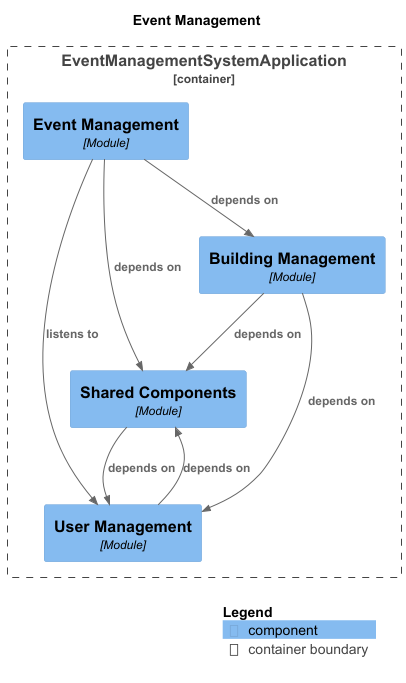
This is docs/module-event-Event_Management.png from ruben4ick/microservices-event-management, a PlantUML export, as it was before one commit.
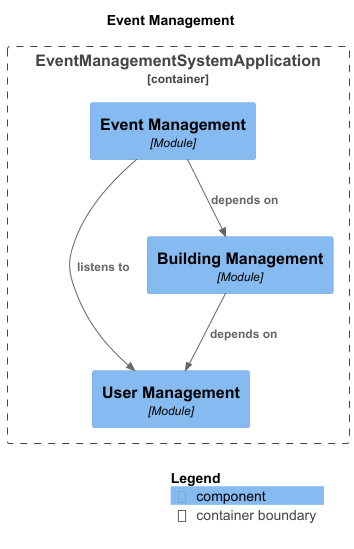
After the commit.

Change to the diagram source:
```diff
@@ -9,19 +9,14 @@
 !include <C4/C4_Component>
 
 Container_Boundary("EventManagementSystemApplication.EventManagementSystemApplication_boundary", "EventManagementSystemApplication", $tags="") {
-  Component(EventManagementSystemApplication.EventManagementSystemApplication.SharedComponents, "Shared Components", $techn="Module", $descr="", $tags="", $link="")
   Component(EventManagementSystemApplication.EventManagementSystemApplication.EventManagement, "Event Management", $techn="Module", $descr="", $tags="", $link="")
   Component(EventManagementSystemApplication.EventManagementSystemApplication.UserManagement, "User Management", $techn="Module", $descr="", $tags="", $link="")
   Component(EventManagementSystemApplication.EventManagementSystemApplication.BuildingManagement, "Building Management", $techn="Module", $descr="", $tags="", $link="")
 }
 
-Rel(EventManagementSystemApplication.EventManagementSystemApplication.SharedComponents, EventManagementSystemApplication.EventManagementSystemApplication.UserManagement, "depends on", $techn="", $tags="", $link="")
+Rel(EventManagementSystemApplication.EventManagementSystemApplication.EventManagement, EventManagementSystemApplication.EventManagementSystemApplication.BuildingManagement, "depends on", $techn="", $tags="", $link="")
+Rel(EventManagementSystemApplication.EventManagementSystemApplication.BuildingManagement, EventManagementSystemApplication.EventManagementSystemApplication.UserManagement, "depends on", $techn="", $tags="", $link="")
 Rel(EventManagementSystemApplication.EventManagementSystemApplication.EventManagement, EventManagementSystemApplication.EventManagementSystemApplication.UserManagement, "listens to", $techn="", $tags="", $link="")
-Rel(EventManagementSystemApplication.EventManagementSystemApplication.EventManagement, EventManagementSystemApplication.EventManagementSystemApplication.SharedComponents, "depends on", $techn="", $tags="", $link="")
-Rel(EventManagementSystemApplication.EventManagementSystemApplication.EventManagement, EventManagementSystemApplication.EventManagementSystemApplication.BuildingManagement, "depends on", $techn="", $tags="", $link="")
-Rel(EventManagementSystemApplication.EventManagementSystemApplication.UserManagement, EventManagementSystemApplication.EventManagementSystemApplication.SharedComponents, "depends on", $techn="", $tags="", $link="")
-Rel(EventManagementSystemApplication.EventManagementSystemApplication.BuildingManagement, EventManagementSystemApplication.EventManagementSystemApplication.SharedComponents, "depends on", $techn="", $tags="", $link="")
-Rel(EventManagementSystemApplication.EventManagementSystemApplication.BuildingManagement, EventManagementSystemApplication.EventManagementSystemApplication.UserManagement, "depends on", $techn="", $tags="", $link="")
 
 SHOW_LEGEND(true)
 @enduml
```
